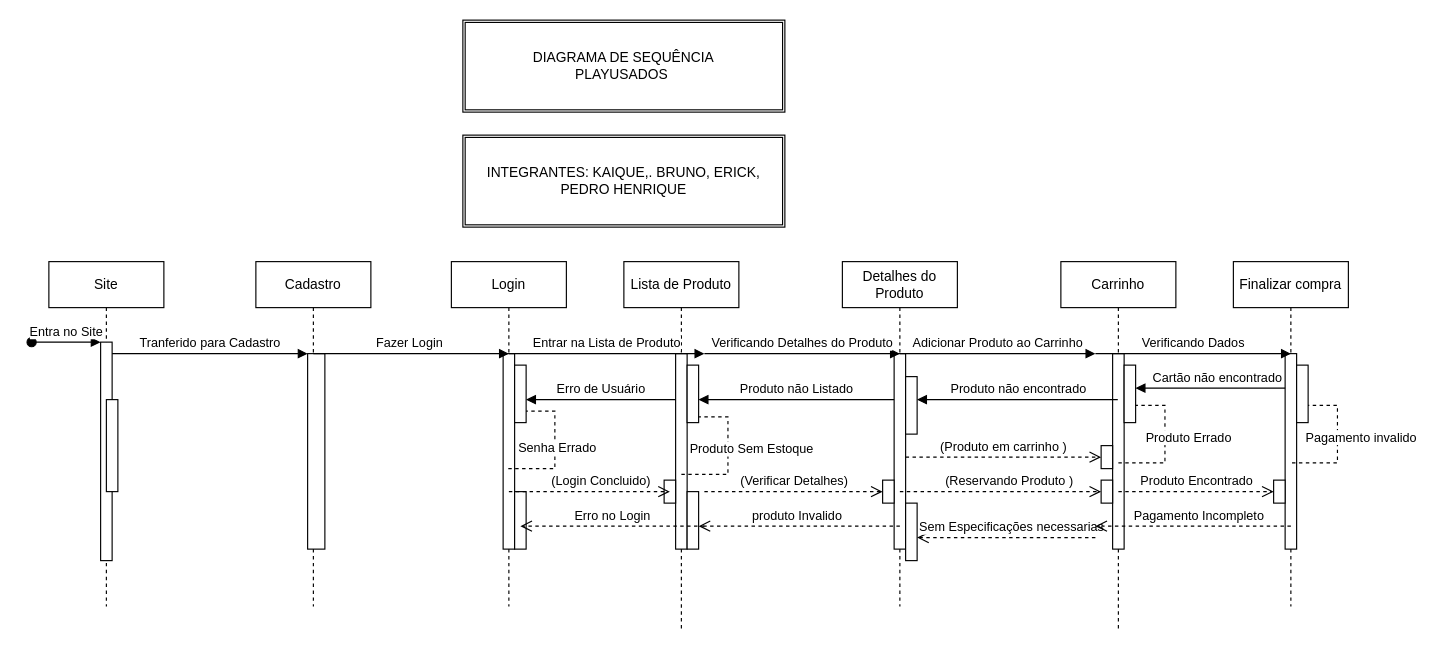
kaiquecandido77/TECNINFO keeps this draw.io diagram as Diagrama sem nome.drawio. Above is the earlier version. Source tidied: cells renumbered, new cells numbered last; positions are measured from the earlier drawing's top-left corner, leaving out a move shared by most shapes. Both pictures are drawn from the tidied source at 115%, with x=0, y=0 at pixel (31, 20).
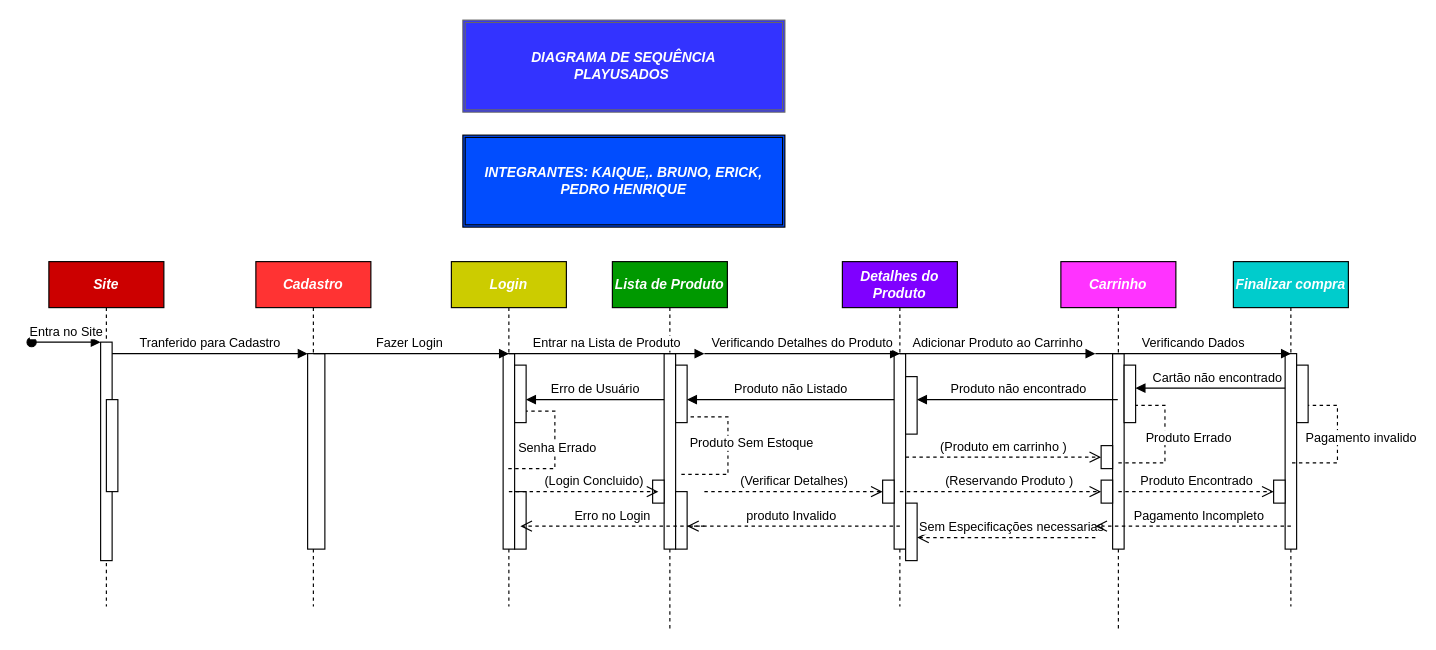
The same diagram, later.

Diff of the diagram source:
```diff
@@
-    <mxCell id="2" value="Site" style="shape=umlLifeline;perimeter=lifelinePerimeter;whiteSpace=wrap;html=1;newEdgeStyle={&quot;edgeStyle&quot;:&quot;elbowEdgeStyle&quot;,&quot;elbow&quot;:&quot;vertical&quot;,&quot;curved&quot;:0,&quot;rounded&quot;:0};" parent="1" vertex="1">
+    <mxCell id="2" value="Site" style="shape=umlLifeline;perimeter=lifelinePerimeter;whiteSpace=wrap;html=1;newEdgeStyle={&quot;edgeStyle&quot;:&quot;elbowEdgeStyle&quot;,&quot;elbow&quot;:&quot;vertical&quot;,&quot;curved&quot;:0,&quot;rounded&quot;:0};fillColor=#CC0000;fontStyle=3;fontColor=#ffffff;" parent="1" vertex="1">
       <mxGeometry x="15" y="210" width="100" height="300" as="geometry" />
     </mxCell>
@@
-    <mxCell id="6" value="Cadastro" style="shape=umlLifeline;perimeter=lifelinePerimeter;whiteSpace=wrap;html=1;outlineConnect=0;portConstraint=eastwest;newEdgeStyle={&quot;edgeStyle&quot;:&quot;elbowEdgeStyle&quot;,&quot;elbow&quot;:&quot;vertical&quot;,&quot;curved&quot;:0,&quot;rounded&quot;:0};" parent="1" vertex="1">
+    <mxCell id="6" value="Cadastro" style="shape=umlLifeline;perimeter=lifelinePerimeter;whiteSpace=wrap;html=1;outlineConnect=0;portConstraint=eastwest;newEdgeStyle={&quot;edgeStyle&quot;:&quot;elbowEdgeStyle&quot;,&quot;elbow&quot;:&quot;vertical&quot;,&quot;curved&quot;:0,&quot;rounded&quot;:0};fillColor=#FF3333;fontStyle=3;fontColor=#FFFFFF;" parent="1" vertex="1">
       <mxGeometry x="195" y="210" width="100" height="300" as="geometry" />
     </mxCell>
@@
-    <mxCell id="10" value="Login" style="shape=umlLifeline;perimeter=lifelinePerimeter;whiteSpace=wrap;html=1;newEdgeStyle={&quot;edgeStyle&quot;:&quot;elbowEdgeStyle&quot;,&quot;elbow&quot;:&quot;vertical&quot;,&quot;curved&quot;:0,&quot;rounded&quot;:0};" parent="1" vertex="1">
+    <mxCell id="10" value="Login" style="shape=umlLifeline;perimeter=lifelinePerimeter;whiteSpace=wrap;html=1;newEdgeStyle={&quot;edgeStyle&quot;:&quot;elbowEdgeStyle&quot;,&quot;elbow&quot;:&quot;vertical&quot;,&quot;curved&quot;:0,&quot;rounded&quot;:0};fillColor=#CCCC00;fontStyle=3;fontColor=#FFFFFF;" parent="1" vertex="1">
       <mxGeometry x="365" y="210" width="100" height="300" as="geometry" />
     </mxCell>
@@
-    <mxCell id="15" value="Lista de Produto" style="shape=umlLifeline;perimeter=lifelinePerimeter;whiteSpace=wrap;html=1;newEdgeStyle={&quot;edgeStyle&quot;:&quot;elbowEdgeStyle&quot;,&quot;elbow&quot;:&quot;vertical&quot;,&quot;curved&quot;:0,&quot;rounded&quot;:0};" parent="1" vertex="1">
-      <mxGeometry x="515" y="210" width="100" height="320" as="geometry" />
+    <mxCell id="15" value="Lista de Produto" style="shape=umlLifeline;perimeter=lifelinePerimeter;whiteSpace=wrap;html=1;newEdgeStyle={&quot;edgeStyle&quot;:&quot;elbowEdgeStyle&quot;,&quot;elbow&quot;:&quot;vertical&quot;,&quot;curved&quot;:0,&quot;rounded&quot;:0};fillColor=#009900;fontStyle=3;fontColor=#FFFFFF;" parent="1" vertex="1">
+      <mxGeometry x="505" y="210" width="100" height="320" as="geometry" />
     </mxCell>
@@
-    <mxCell id="21" value="Detalhes do Produto" style="shape=umlLifeline;perimeter=lifelinePerimeter;whiteSpace=wrap;html=1;newEdgeStyle={&quot;edgeStyle&quot;:&quot;elbowEdgeStyle&quot;,&quot;elbow&quot;:&quot;vertical&quot;,&quot;curved&quot;:0,&quot;rounded&quot;:0};" parent="1" vertex="1">
+    <mxCell id="21" value="Detalhes do Produto" style="shape=umlLifeline;perimeter=lifelinePerimeter;whiteSpace=wrap;html=1;newEdgeStyle={&quot;edgeStyle&quot;:&quot;elbowEdgeStyle&quot;,&quot;elbow&quot;:&quot;vertical&quot;,&quot;curved&quot;:0,&quot;rounded&quot;:0};fillColor=#7F00FF;fontStyle=3;fontColor=#FFFFFF;" parent="1" vertex="1">
       <mxGeometry x="705" y="210" width="100" height="300" as="geometry" />
     </mxCell>
@@
-    <mxCell id="26" value="Carrinho" style="shape=umlLifeline;perimeter=lifelinePerimeter;whiteSpace=wrap;html=1;outlineConnect=0;portConstraint=eastwest;newEdgeStyle={&quot;edgeStyle&quot;:&quot;elbowEdgeStyle&quot;,&quot;elbow&quot;:&quot;vertical&quot;,&quot;curved&quot;:0,&quot;rounded&quot;:0};" parent="1" vertex="1">
+    <mxCell id="26" value="Carrinho" style="shape=umlLifeline;perimeter=lifelinePerimeter;whiteSpace=wrap;html=1;outlineConnect=0;portConstraint=eastwest;newEdgeStyle={&quot;edgeStyle&quot;:&quot;elbowEdgeStyle&quot;,&quot;elbow&quot;:&quot;vertical&quot;,&quot;curved&quot;:0,&quot;rounded&quot;:0};fillColor=#FF33FF;fontStyle=3;fontColor=#FFFFFF;" parent="1" vertex="1">
       <mxGeometry x="895" y="210" width="100" height="320" as="geometry" />
     </mxCell>
@@
-    <mxCell id="32" value="Finalizar compra" style="shape=umlLifeline;perimeter=lifelinePerimeter;whiteSpace=wrap;html=1;newEdgeStyle={&quot;edgeStyle&quot;:&quot;elbowEdgeStyle&quot;,&quot;elbow&quot;:&quot;vertical&quot;,&quot;curved&quot;:0,&quot;rounded&quot;:0};" parent="1" vertex="1">
+    <mxCell id="32" value="Finalizar compra" style="shape=umlLifeline;perimeter=lifelinePerimeter;whiteSpace=wrap;html=1;newEdgeStyle={&quot;edgeStyle&quot;:&quot;elbowEdgeStyle&quot;,&quot;elbow&quot;:&quot;vertical&quot;,&quot;curved&quot;:0,&quot;rounded&quot;:0};fillColor=#00CCCC;fontColor=#ffffff;fontStyle=3;" parent="1" vertex="1">
       <mxGeometry x="1045" y="210" width="100" height="300" as="geometry" />
     </mxCell>
@@
-    <mxCell id="60" value="DIAGRAMA DE SEQUÊNCIA&lt;div&gt;PLAYUSADOS&amp;nbsp;&lt;/div&gt;" style="shape=ext;double=1;rounded=0;whiteSpace=wrap;html=1;" parent="1" vertex="1">
+    <mxCell id="60" value="DIAGRAMA DE SEQUÊNCIA&lt;div&gt;PLAYUSADOS&amp;nbsp;&lt;/div&gt;" style="shape=ext;double=1;rounded=0;whiteSpace=wrap;html=1;fillColor=#3333FF;strokeColor=#666666;fontColor=#ffffff;fontStyle=3;" parent="1" vertex="1">
       <mxGeometry x="375" width="280" height="80" as="geometry" />
     </mxCell>
-    <mxCell id="61" value="INTEGRANTES: KAIQUE,. BRUNO, ERICK, PEDRO HENRIQUE" style="shape=ext;double=1;rounded=0;whiteSpace=wrap;html=1;" parent="1" vertex="1">
+    <mxCell id="61" value="INTEGRANTES: KAIQUE,. BRUNO, ERICK, PEDRO HENRIQUE" style="shape=ext;double=1;rounded=0;whiteSpace=wrap;html=1;fontColor=#ffffff;fillColor=#014dfe;fontStyle=3;" parent="1" vertex="1">
       <mxGeometry x="375" y="100" width="280" height="80" as="geometry" />
     </mxCell>
```
